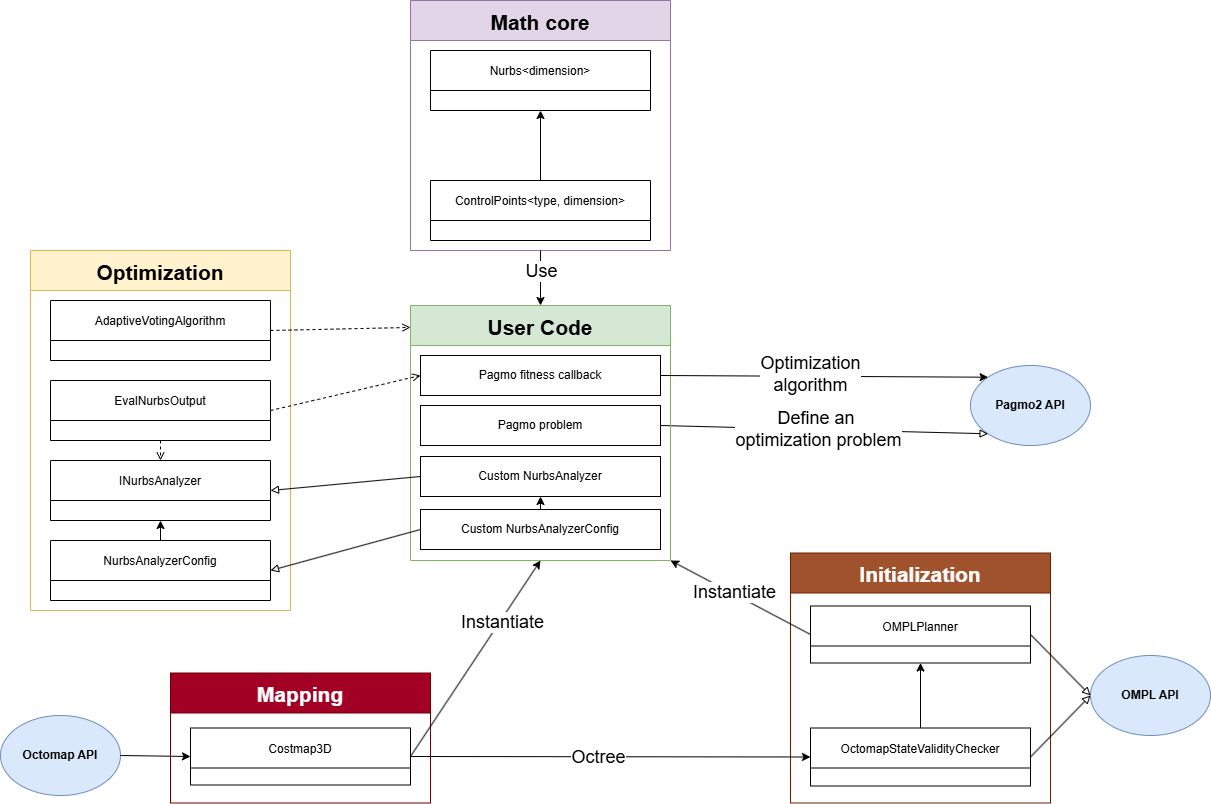
SAFiRLab/ARENA keeps this draw.io diagram as doc/images/ARENA_API.png. Above is the earlier version. Source tidied: cells renumbered, new cells last; positions are measured from the earlier drawing's top-left corner, leaving out a move shared by most shapes. The source it was exported from:
```xml
<mxGraphModel>
  <root>
    <mxCell id="0" />
    <mxCell id="1" parent="0" />
    <mxCell id="2" value="Math core" style="shape=swimlane;fillColor=#e1d5e7;strokeColor=#9673a6;fontStyle=1;fontSize=21;" parent="1" vertex="1">
      <mxGeometry x="410" width="260" height="250" as="geometry" />
    </mxCell>
    <mxCell id="3" value="Nurbs&lt;dimension&gt;" style="shape=swimlane;" parent="2" vertex="1">
      <mxGeometry x="20" y="50" width="220" height="60" as="geometry" />
    </mxCell>
    <mxCell id="4" value="ControlPoints&lt;type, dimension&gt;" style="shape=swimlane;" parent="2" vertex="1">
      <mxGeometry x="20" y="180" width="220" height="60" as="geometry" />
    </mxCell>
    <mxCell id="5" style="endArrow=classic;html=1;rounded=0;exitX=0.5;exitY=0;exitDx=0;exitDy=0;entryX=0.5;entryY=1;entryDx=0;entryDy=0;" parent="2" edge="1" source="4" target="3">
      <mxGeometry relative="1" as="geometry" />
    </mxCell>
    <mxCell id="6" value="Initialization" style="shape=swimlane;fillColor=#a0522d;fontColor=#ffffff;strokeColor=#6D1F00;fontStyle=1;fontSize=21;" parent="1" vertex="1">
      <mxGeometry x="790" y="552.5" width="260" height="250" as="geometry" />
    </mxCell>
    <mxCell id="7" value="OMPLPlanner" style="shape=swimlane;" parent="6" vertex="1">
      <mxGeometry x="20" y="53" width="220" height="57" as="geometry" />
    </mxCell>
    <mxCell id="8" value="OctomapStateValidityChecker" style="shape=swimlane;" parent="6" vertex="1">
      <mxGeometry x="20" y="175" width="220" height="58" as="geometry" />
    </mxCell>
    <mxCell id="9" style="endArrow=classic;html=1;rounded=0;exitX=0.5;exitY=0;exitDx=0;exitDy=0;entryX=0.5;entryY=1;entryDx=0;entryDy=0;" parent="6" edge="1" source="8" target="7">
      <mxGeometry relative="1" as="geometry" />
    </mxCell>
    <mxCell id="10" value="OMPL API" style="ellipse;whiteSpace=wrap;html=1;fillColor=#dae8fc;strokeColor=#6c8ebf;fontStyle=1;" parent="1" vertex="1">
      <mxGeometry x="1090" y="655" width="120" height="80" as="geometry" />
    </mxCell>
    <mxCell id="11" style="endArrow=block;html=1;rounded=0;endFill=0;entryX=0;entryY=0.5;entryDx=0;entryDy=0;exitX=1;exitY=0.5;exitDx=0;exitDy=0;" parent="1" edge="1" source="7" target="10">
      <mxGeometry relative="1" as="geometry" />
    </mxCell>
    <mxCell id="12" style="endArrow=block;html=1;rounded=0;endFill=0;entryX=0;entryY=0.5;entryDx=0;entryDy=0;exitX=1;exitY=0.5;exitDx=0;exitDy=0;" parent="1" edge="1" source="8" target="10">
      <mxGeometry relative="1" as="geometry" />
    </mxCell>
    <mxCell id="13" value="Octomap API" style="ellipse;whiteSpace=wrap;html=1;fillColor=#dae8fc;strokeColor=#6c8ebf;fontStyle=1;" parent="1" vertex="1">
      <mxGeometry y="715" width="120" height="80" as="geometry" />
    </mxCell>
    <mxCell id="14" value="Pagmo2 API" style="ellipse;whiteSpace=wrap;html=1;fillColor=#dae8fc;strokeColor=#6c8ebf;fontStyle=1;" parent="1" vertex="1">
      <mxGeometry x="970" y="365" width="120" height="80" as="geometry" />
    </mxCell>
    <mxCell id="15" style="endArrow=block;html=1;rounded=0;endFill=0;entryX=0;entryY=1;entryDx=0;entryDy=0;exitX=1;exitY=0.5;exitDx=0;exitDy=0;" parent="1" edge="1" source="21" target="14">
      <mxGeometry relative="1" as="geometry" />
    </mxCell>
    <mxCell id="16" value="Define an&amp;nbsp;&lt;div&gt;optimization problem&lt;/div&gt;" style="edgeLabel;html=1;align=center;verticalAlign=middle;fontSize=18;" parent="15" vertex="1">
      <mxGeometry x="-0.14" y="4" relative="1" as="geometry">
        <mxPoint x="16" y="4" as="offset" />
      </mxGeometry>
    </mxCell>
    <mxCell id="17" value="User Code" style="shape=swimlane;fillColor=#d5e8d4;strokeColor=#82b366;fontStyle=1;fontSize=21;" parent="1" vertex="1">
      <mxGeometry x="410" y="305" width="260" height="255" as="geometry" />
    </mxCell>
    <mxCell id="18" value="Pagmo fitness callback" style="rounded=0;whiteSpace=wrap;html=1;" parent="17" vertex="1">
      <mxGeometry x="10" y="50" width="240" height="40" as="geometry" />
    </mxCell>
    <mxCell id="19" value="Custom NurbsAnalyzer" style="rounded=0;whiteSpace=wrap;html=1;" parent="17" vertex="1">
      <mxGeometry x="10" y="151" width="240" height="40" as="geometry" />
    </mxCell>
    <mxCell id="20" value="Custom NurbsAnalyzerConfig" style="rounded=0;whiteSpace=wrap;html=1;" parent="17" vertex="1">
      <mxGeometry x="10" y="204" width="240" height="40" as="geometry" />
    </mxCell>
    <mxCell id="21" value="Pagmo problem" style="rounded=0;whiteSpace=wrap;html=1;" parent="17" vertex="1">
      <mxGeometry x="10" y="100" width="240" height="40" as="geometry" />
    </mxCell>
    <mxCell id="22" style="endArrow=classic;html=1;rounded=0;exitX=0.5;exitY=0;exitDx=0;exitDy=0;entryX=0.5;entryY=1;entryDx=0;entryDy=0;" parent="17" edge="1" source="20" target="19">
      <mxGeometry relative="1" as="geometry" />
    </mxCell>
    <mxCell id="23" style="group;fontSize=21;" parent="1" vertex="1">
      <mxGeometry x="30" y="250" width="260" height="360" as="geometry" />
    </mxCell>
    <mxCell id="24" value="Optimization" style="shape=swimlane;fillColor=#fff2cc;strokeColor=#d6b656;fontStyle=1;fontSize=21;" parent="23" vertex="1">
      <mxGeometry width="260" height="360" as="geometry" />
    </mxCell>
    <mxCell id="25" value="INurbsAnalyzer" style="shape=swimlane;" parent="24" vertex="1">
      <mxGeometry x="20" y="210" width="220" height="60" as="geometry" />
    </mxCell>
    <mxCell id="26" value="AdaptiveVotingAlgorithm" style="shape=swimlane;" parent="24" vertex="1">
      <mxGeometry x="20" y="50" width="220" height="60" as="geometry" />
    </mxCell>
    <mxCell id="27" value="NurbsAnalyzerConfig" style="shape=swimlane;" parent="24" vertex="1">
      <mxGeometry x="20" y="290" width="220" height="60" as="geometry" />
    </mxCell>
    <mxCell id="28" value="EvalNurbsOutput" style="shape=swimlane;" parent="24" vertex="1">
      <mxGeometry x="20" y="130" width="220" height="60" as="geometry" />
    </mxCell>
    <mxCell id="29" style="endArrow=classic;html=1;rounded=0;exitX=0.5;exitY=0;exitDx=0;exitDy=0;entryX=0.5;entryY=1;entryDx=0;entryDy=0;" parent="24" edge="1" source="27" target="25">
      <mxGeometry relative="1" as="geometry" />
    </mxCell>
    <mxCell id="30" style="endArrow=open;html=1;rounded=0;exitX=0.5;exitY=1;exitDx=0;exitDy=0;entryX=0.5;entryY=0;entryDx=0;entryDy=0;dashed=1;endFill=0;" parent="24" edge="1" source="28" target="25">
      <mxGeometry relative="1" as="geometry" />
    </mxCell>
    <mxCell id="31" style="endArrow=block;html=1;rounded=0;endFill=0;entryX=1;entryY=0.5;entryDx=0;entryDy=0;exitX=0;exitY=0.5;exitDx=0;exitDy=0;" parent="1" edge="1" source="19" target="25">
      <mxGeometry relative="1" as="geometry" />
    </mxCell>
    <mxCell id="32" style="endArrow=block;html=1;rounded=0;endFill=0;entryX=1;entryY=0.5;entryDx=0;entryDy=0;exitX=0;exitY=0.5;exitDx=0;exitDy=0;" parent="1" edge="1" source="20" target="27">
      <mxGeometry relative="1" as="geometry" />
    </mxCell>
    <mxCell id="33" style="endArrow=classic;html=1;rounded=0;exitX=0;exitY=0.5;exitDx=0;exitDy=0;entryX=1;entryY=1;entryDx=0;entryDy=0;" parent="1" edge="1" source="7" target="17">
      <mxGeometry relative="1" as="geometry" />
    </mxCell>
    <mxCell id="34" value="&lt;span style=&quot;font-size: 18px;&quot;&gt;Instantiate&lt;/span&gt;" style="edgeLabel;html=1;align=center;verticalAlign=middle;" parent="33" vertex="1">
      <mxGeometry x="0.12" y="-2" relative="1" as="geometry" />
    </mxCell>
    <mxCell id="35" style="endArrow=classic;html=1;rounded=0;exitX=1;exitY=0.5;exitDx=0;exitDy=0;entryX=0;entryY=0;entryDx=0;entryDy=0;" parent="1" edge="1" source="18" target="14">
      <mxGeometry relative="1" as="geometry" />
    </mxCell>
    <mxCell id="36" value="Optimization&lt;div&gt;algorithm&lt;/div&gt;" style="edgeLabel;html=1;align=center;verticalAlign=middle;fontSize=18;" parent="35" vertex="1">
      <mxGeometry x="0.06" y="-3" relative="1" as="geometry">
        <mxPoint x="-24" y="-5" as="offset" />
      </mxGeometry>
    </mxCell>
    <mxCell id="37" style="endArrow=open;html=1;rounded=0;exitX=1;exitY=0.5;exitDx=0;exitDy=0;entryX=0;entryY=0.086;entryDx=0;entryDy=0;entryPerimeter=0;dashed=1;endFill=0;" parent="1" edge="1" source="26" target="17">
      <mxGeometry relative="1" as="geometry" />
    </mxCell>
    <mxCell id="38" style="endArrow=classic;html=1;rounded=0;exitX=0.5;exitY=1;exitDx=0;exitDy=0;entryX=0.5;entryY=0;entryDx=0;entryDy=0;" parent="1" edge="1" source="2" target="17">
      <mxGeometry relative="1" as="geometry" />
    </mxCell>
    <mxCell id="39" value="Use" style="edgeLabel;html=1;align=center;verticalAlign=middle;fontSize=18;" parent="38" vertex="1">
      <mxGeometry x="0.13" y="2" relative="1" as="geometry">
        <mxPoint x="-2" y="-11" as="offset" />
      </mxGeometry>
    </mxCell>
    <mxCell id="40" value="Mapping" style="shape=swimlane;fillColor=#a20025;fontColor=#ffffff;strokeColor=#6F0000;fontStyle=1;fontSize=21;" parent="1" vertex="1">
      <mxGeometry x="170" y="672.5" width="260" height="130" as="geometry" />
    </mxCell>
    <mxCell id="41" value="Costmap3D" style="shape=swimlane;" parent="40" vertex="1">
      <mxGeometry x="20" y="55" width="220" height="57" as="geometry" />
    </mxCell>
    <mxCell id="42" style="endArrow=classic;html=1;rounded=0;exitX=1;exitY=0.5;exitDx=0;exitDy=0;entryX=0.5;entryY=1;entryDx=0;entryDy=0;" parent="1" edge="1" source="41" target="17">
      <mxGeometry relative="1" as="geometry" />
    </mxCell>
    <mxCell id="43" value="Instantiate" style="edgeLabel;html=1;align=center;verticalAlign=middle;fontSize=18;" parent="42" vertex="1">
      <mxGeometry x="0.39" y="-2" relative="1" as="geometry" />
    </mxCell>
    <mxCell id="44" style="endArrow=classic;html=1;rounded=0;exitX=1;exitY=0.5;exitDx=0;exitDy=0;entryX=0;entryY=0.5;entryDx=0;entryDy=0;" parent="1" edge="1" source="13" target="41">
      <mxGeometry relative="1" as="geometry" />
    </mxCell>
    <mxCell id="45" style="endArrow=classic;html=1;rounded=0;exitX=1;exitY=0.5;exitDx=0;exitDy=0;entryX=0;entryY=0.5;entryDx=0;entryDy=0;" parent="1" edge="1" source="41" target="8">
      <mxGeometry relative="1" as="geometry" />
    </mxCell>
    <mxCell id="46" value="Octree" style="edgeLabel;html=1;align=center;verticalAlign=middle;fontSize=18;" parent="45" vertex="1">
      <mxGeometry x="-0.06" relative="1" as="geometry" />
    </mxCell>
    <mxCell id="47" style="endArrow=open;html=1;rounded=0;exitX=1;exitY=0.5;exitDx=0;exitDy=0;entryX=0;entryY=0.5;entryDx=0;entryDy=0;dashed=1;endFill=0;" parent="1" edge="1" source="28" target="18">
      <mxGeometry relative="1" as="geometry" />
    </mxCell>
  </root>
</mxGraphModel>
```
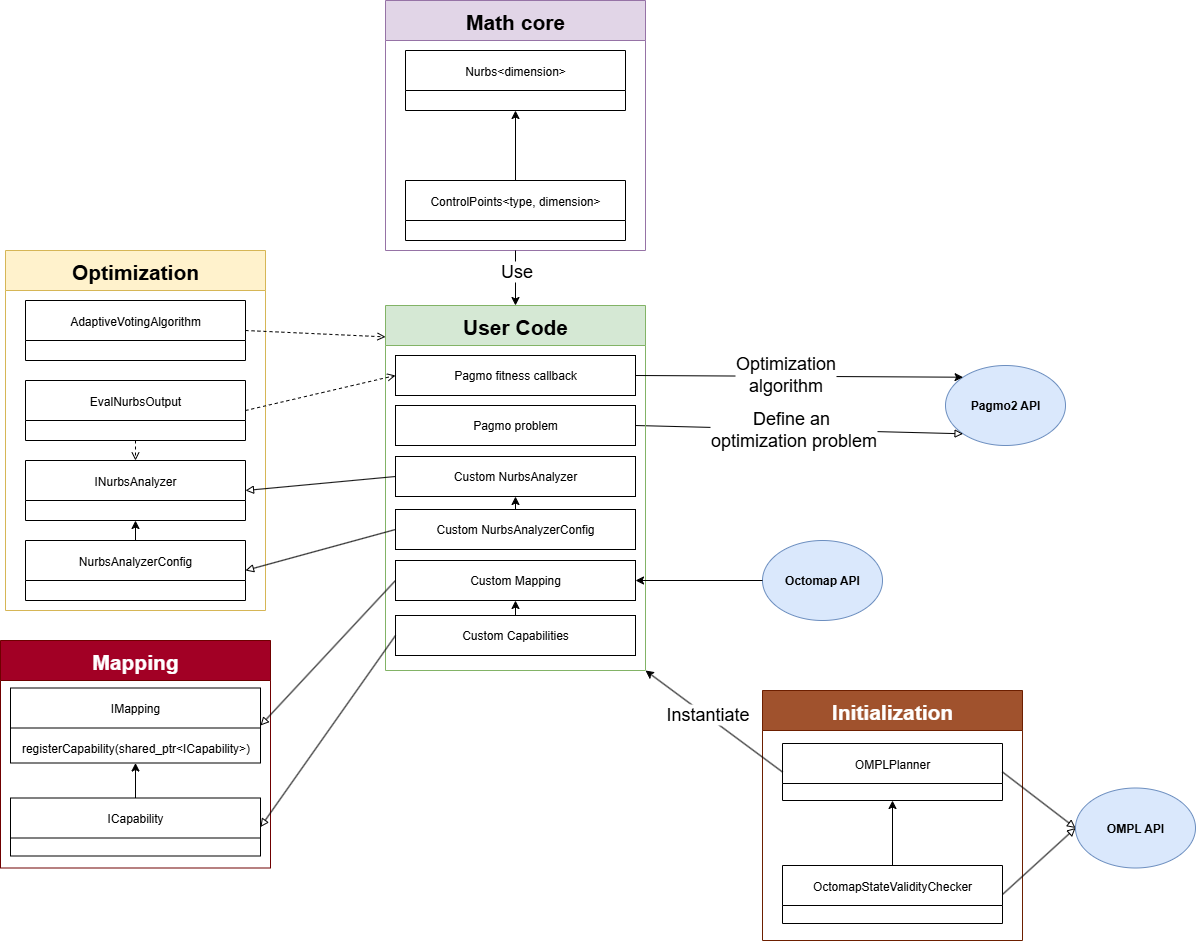
The same file after the commit.

Change to the diagram source:
```diff
@@ -15,7 +15,7 @@
       <mxGeometry relative="1" as="geometry" />
     </mxCell>
     <mxCell id="6" value="Initialization" style="shape=swimlane;fillColor=#a0522d;fontColor=#ffffff;strokeColor=#6D1F00;fontStyle=1;fontSize=21;" parent="1" vertex="1">
-      <mxGeometry x="790" y="552.5" width="260" height="250" as="geometry" />
+      <mxGeometry x="787" y="690" width="260" height="250" as="geometry" />
     </mxCell>
     <mxCell id="7" value="OMPLPlanner" style="shape=swimlane;" parent="6" vertex="1">
       <mxGeometry x="20" y="53" width="220" height="57" as="geometry" />
@@ -24,10 +24,14 @@
       <mxGeometry x="20" y="175" width="220" height="58" as="geometry" />
     </mxCell>
     <mxCell id="9" style="endArrow=classic;html=1;rounded=0;exitX=0.5;exitY=0;exitDx=0;exitDy=0;entryX=0.5;entryY=1;entryDx=0;entryDy=0;" parent="6" edge="1" source="8" target="7">
-      <mxGeometry relative="1" as="geometry" />
+      <mxGeometry relative="1" as="geometry">
+        <Array as="points">
+          <mxPoint x="130" y="147.5" />
+        </Array>
+      </mxGeometry>
     </mxCell>
     <mxCell id="10" value="OMPL API" style="ellipse;whiteSpace=wrap;html=1;fillColor=#dae8fc;strokeColor=#6c8ebf;fontStyle=1;" parent="1" vertex="1">
-      <mxGeometry x="1090" y="655" width="120" height="80" as="geometry" />
+      <mxGeometry x="1100" y="787.5" width="120" height="80" as="geometry" />
     </mxCell>
     <mxCell id="11" style="endArrow=block;html=1;rounded=0;endFill=0;entryX=0;entryY=0.5;entryDx=0;entryDy=0;exitX=1;exitY=0.5;exitDx=0;exitDy=0;" parent="1" edge="1" source="7" target="10">
       <mxGeometry relative="1" as="geometry" />
@@ -36,7 +40,7 @@
       <mxGeometry relative="1" as="geometry" />
     </mxCell>
     <mxCell id="13" value="Octomap API" style="ellipse;whiteSpace=wrap;html=1;fillColor=#dae8fc;strokeColor=#6c8ebf;fontStyle=1;" parent="1" vertex="1">
-      <mxGeometry y="715" width="120" height="80" as="geometry" />
+      <mxGeometry x="787" y="540" width="120" height="80" as="geometry" />
     </mxCell>
     <mxCell id="14" value="Pagmo2 API" style="ellipse;whiteSpace=wrap;html=1;fillColor=#dae8fc;strokeColor=#6c8ebf;fontStyle=1;" parent="1" vertex="1">
       <mxGeometry x="970" y="365" width="120" height="80" as="geometry" />
@@ -50,7 +54,7 @@
       </mxGeometry>
     </mxCell>
     <mxCell id="17" value="User Code" style="shape=swimlane;fillColor=#d5e8d4;strokeColor=#82b366;fontStyle=1;fontSize=21;" parent="1" vertex="1">
-      <mxGeometry x="410" y="305" width="260" height="255" as="geometry" />
+      <mxGeometry x="410" y="305" width="260" height="365" as="geometry" />
     </mxCell>
     <mxCell id="18" value="Pagmo fitness callback" style="rounded=0;whiteSpace=wrap;html=1;" parent="17" vertex="1">
       <mxGeometry x="10" y="50" width="240" height="40" as="geometry" />
@@ -67,6 +71,15 @@
     <mxCell id="22" style="endArrow=classic;html=1;rounded=0;exitX=0.5;exitY=0;exitDx=0;exitDy=0;entryX=0.5;entryY=1;entryDx=0;entryDy=0;" parent="17" edge="1" source="20" target="19">
       <mxGeometry relative="1" as="geometry" />
     </mxCell>
+    <mxCell id="48" value="Custom Mapping" style="rounded=0;whiteSpace=wrap;html=1;" parent="17" vertex="1">
+      <mxGeometry x="10" y="255" width="240" height="40" as="geometry" />
+    </mxCell>
+    <mxCell id="49" value="Custom Capabilities" style="rounded=0;whiteSpace=wrap;html=1;" parent="17" vertex="1">
+      <mxGeometry x="10" y="310" width="240" height="40" as="geometry" />
+    </mxCell>
+    <mxCell id="50" style="endArrow=classic;html=1;rounded=0;exitX=0.5;exitY=0;exitDx=0;exitDy=0;entryX=0.5;entryY=1;entryDx=0;entryDy=0;" parent="17" edge="1" source="49" target="48">
+      <mxGeometry relative="1" as="geometry" />
+    </mxCell>
     <mxCell id="23" style="group;fontSize=21;" parent="1" vertex="1">
       <mxGeometry x="30" y="250" width="260" height="360" as="geometry" />
     </mxCell>
@@ -123,28 +136,31 @@
       </mxGeometry>
     </mxCell>
     <mxCell id="40" value="Mapping" style="shape=swimlane;fillColor=#a20025;fontColor=#ffffff;strokeColor=#6F0000;fontStyle=1;fontSize=21;" parent="1" vertex="1">
-      <mxGeometry x="170" y="672.5" width="260" height="130" as="geometry" />
+      <mxGeometry x="25" y="640" width="270" height="227.5" as="geometry" />
     </mxCell>
-    <mxCell id="41" value="Costmap3D" style="shape=swimlane;" parent="40" vertex="1">
-      <mxGeometry x="20" y="55" width="220" height="57" as="geometry" />
+    <mxCell id="41" value="IMapping" style="shape=swimlane;" parent="40" vertex="1">
+      <mxGeometry x="10" y="47.5" width="250" height="75" as="geometry" />
     </mxCell>
-    <mxCell id="42" style="endArrow=classic;html=1;rounded=0;exitX=1;exitY=0.5;exitDx=0;exitDy=0;entryX=0.5;entryY=1;entryDx=0;entryDy=0;" parent="1" edge="1" source="41" target="17">
-      <mxGeometry relative="1" as="geometry" />
-    </mxCell>
-    <mxCell id="43" value="Instantiate" style="edgeLabel;html=1;align=center;verticalAlign=middle;fontSize=18;" parent="42" vertex="1">
-      <mxGeometry x="0.39" y="-2" relative="1" as="geometry" />
-    </mxCell>
-    <mxCell id="44" style="endArrow=classic;html=1;rounded=0;exitX=1;exitY=0.5;exitDx=0;exitDy=0;entryX=0;entryY=0.5;entryDx=0;entryDy=0;" parent="1" edge="1" source="13" target="41">
-      <mxGeometry relative="1" as="geometry" />
-    </mxCell>
-    <mxCell id="45" style="endArrow=classic;html=1;rounded=0;exitX=1;exitY=0.5;exitDx=0;exitDy=0;entryX=0;entryY=0.5;entryDx=0;entryDy=0;" parent="1" edge="1" source="41" target="8">
-      <mxGeometry relative="1" as="geometry" />
-    </mxCell>
-    <mxCell id="46" value="Octree" style="edgeLabel;html=1;align=center;verticalAlign=middle;fontSize=18;" parent="45" vertex="1">
-      <mxGeometry x="-0.06" relative="1" as="geometry" />
-    </mxCell>
+    <mxCell id="51" value="registerCapability(shared_ptr&amp;lt;ICapability&amp;gt;)" style="text;html=1;align=center;verticalAlign=middle;strokeColor=none;fillColor=none;" parent="41" vertex="1">
+      <mxGeometry y="45" width="250" height="30" as="geometry" />
+    </mxCell>
+    <mxCell id="52" value="ICapability" style="shape=swimlane;" parent="40" vertex="1">
+      <mxGeometry x="10" y="157.5" width="250" height="58" as="geometry" />
+    </mxCell>
+    <mxCell id="53" style="endArrow=classic;html=1;rounded=0;exitX=0.5;exitY=0;exitDx=0;exitDy=0;" parent="40" edge="1" source="52" target="41">
+      <mxGeometry relative="1" as="geometry" />
+    </mxCell>
     <mxCell id="47" style="endArrow=open;html=1;rounded=0;exitX=1;exitY=0.5;exitDx=0;exitDy=0;entryX=0;entryY=0.5;entryDx=0;entryDy=0;dashed=1;endFill=0;" parent="1" edge="1" source="28" target="18">
       <mxGeometry relative="1" as="geometry" />
     </mxCell>
+    <mxCell id="54" style="endArrow=block;html=1;rounded=0;endFill=0;entryX=1;entryY=0.5;entryDx=0;entryDy=0;exitX=0;exitY=0.5;exitDx=0;exitDy=0;" parent="1" edge="1" source="48" target="41">
+      <mxGeometry relative="1" as="geometry" />
+    </mxCell>
+    <mxCell id="55" style="endArrow=block;html=1;rounded=0;endFill=0;entryX=1;entryY=0.5;entryDx=0;entryDy=0;exitX=0;exitY=0.5;exitDx=0;exitDy=0;" parent="1" edge="1" source="49" target="52">
+      <mxGeometry relative="1" as="geometry" />
+    </mxCell>
+    <mxCell id="56" style="endArrow=classic;html=1;rounded=0;exitX=0;exitY=0.5;exitDx=0;exitDy=0;entryX=1;entryY=0.5;entryDx=0;entryDy=0;" parent="1" edge="1" source="13" target="48">
+      <mxGeometry relative="1" as="geometry" />
+    </mxCell>
   </root>
 </mxGraphModel>
```
